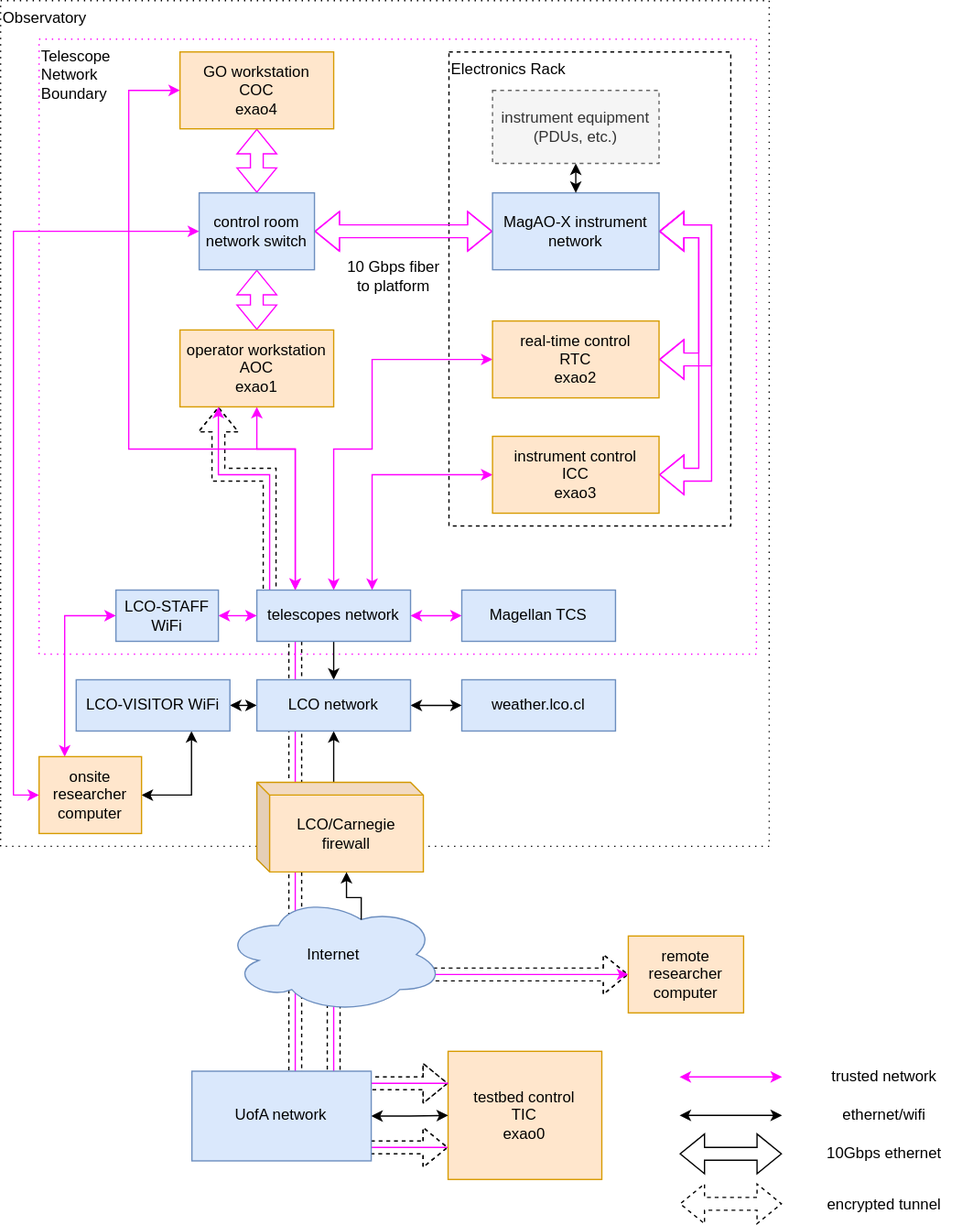
This is compute/lco_network.svg from magao-x/handbook, a draw.io export, as it was before one commit. Source tidied: cells renumbered, new cells last; positions are measured from the earlier drawing's top-left corner, leaving out a move shared by most shapes.
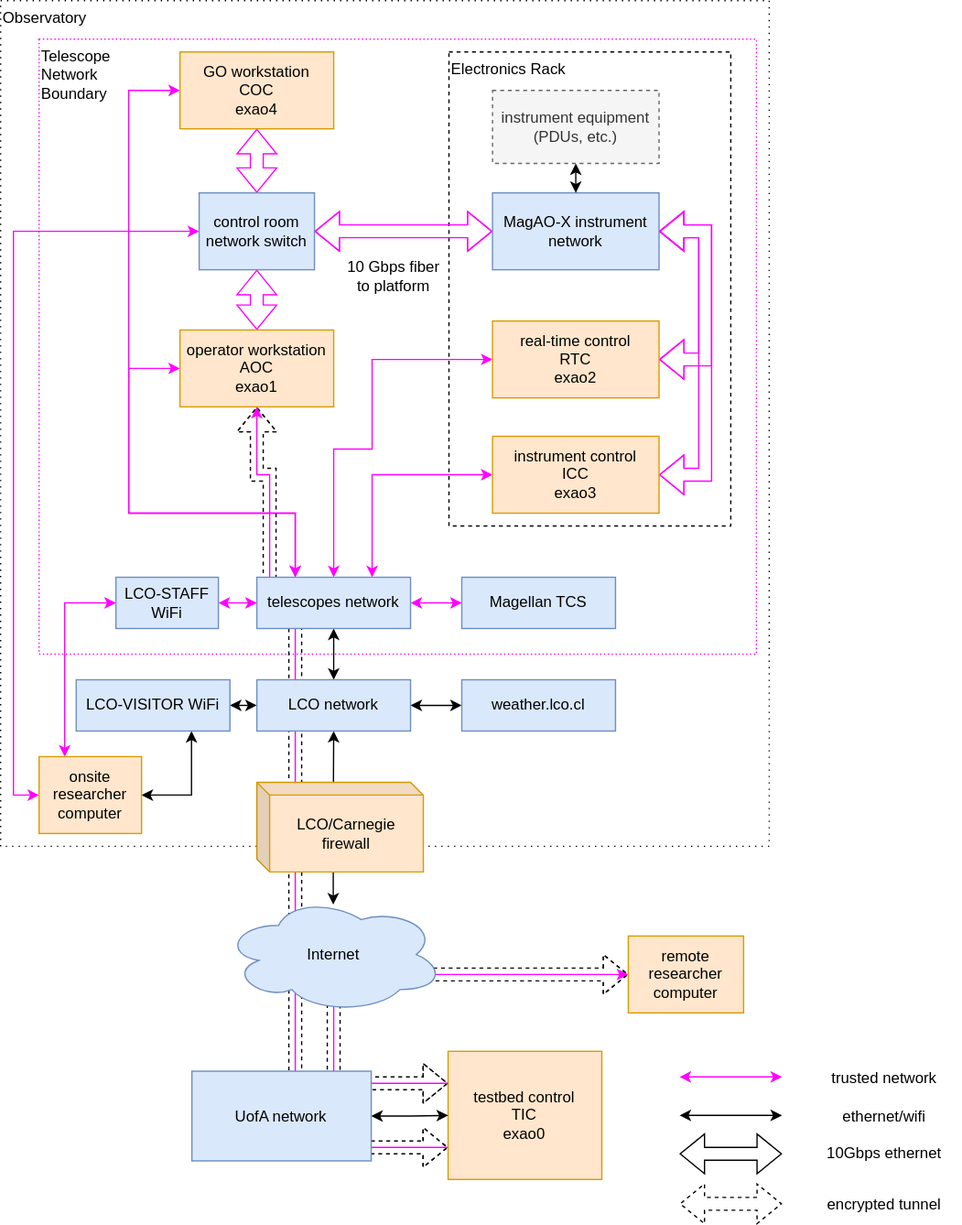
After the commit.

Commit message:
Update lco_network figure

The edit, as a diff of the source:
```diff
@@ -5,7 +5,7 @@
     <mxCell id="2" value="Observatory" style="rounded=0;whiteSpace=wrap;html=1;fillColor=none;align=left;verticalAlign=top;dashed=1;dashPattern=1 4;" parent="1" vertex="1">
       <mxGeometry width="600" height="660" as="geometry" />
     </mxCell>
-    <mxCell id="3" value="Telescope&lt;div&gt;Network&lt;/div&gt;&lt;div&gt;Boundary&lt;/div&gt;" style="rounded=0;whiteSpace=wrap;html=1;fillColor=none;align=left;verticalAlign=top;dashed=1;dashPattern=1 4;strokeColor=#FF00FF;" parent="1" vertex="1">
+    <mxCell id="3" value="Telescope&lt;div&gt;Network&lt;/div&gt;&lt;div&gt;Boundary&lt;/div&gt;" style="rounded=0;whiteSpace=wrap;html=1;fillColor=none;align=left;verticalAlign=top;dashed=1;dashPattern=1 2;strokeColor=#FF00FF;" parent="1" vertex="1">
       <mxGeometry x="30" y="30" width="560" height="480" as="geometry" />
     </mxCell>
     <mxCell id="4" value="Electronics Rack" style="rounded=0;whiteSpace=wrap;html=1;fillColor=none;align=left;verticalAlign=top;dashed=1;" parent="1" vertex="1">
@@ -14,11 +14,12 @@
     <mxCell id="5" style="edgeStyle=orthogonalEdgeStyle;rounded=0;jettySize=auto;html=1;exitX=0.5;exitY=0;exitDx=0;exitDy=0;entryX=0.5;entryY=1;entryDx=0;entryDy=0;strokeColor=#FF00FF;startArrow=classic;startFill=1;shape=flexArrow;" parent="1" edge="1" source="7" target="47">
       <mxGeometry relative="1" as="geometry" />
     </mxCell>
-    <mxCell id="6" style="edgeStyle=orthogonalEdgeStyle;rounded=0;jettySize=auto;html=1;exitX=0.5;exitY=1;exitDx=0;exitDy=0;entryX=0.25;entryY=0;entryDx=0;entryDy=0;strokeColor=#FF00FF;startArrow=classic;startFill=1;" parent="1" edge="1" source="7" target="37">
+    <mxCell id="6" style="edgeStyle=orthogonalEdgeStyle;rounded=0;jettySize=auto;html=1;exitX=0;exitY=0.5;exitDx=0;exitDy=0;entryX=0.25;entryY=0;entryDx=0;entryDy=0;strokeColor=#FF00FF;startArrow=classic;startFill=1;" parent="1" edge="1" source="7" target="37">
       <mxGeometry relative="1" as="geometry">
         <Array as="points">
-          <mxPoint x="200" y="350" />
-          <mxPoint x="230" y="350" />
+          <mxPoint x="100" y="287" />
+          <mxPoint x="100" y="400" />
+          <mxPoint x="230" y="400" />
         </Array>
       </mxGeometry>
     </mxCell>
@@ -109,19 +110,20 @@
     <mxCell id="25" value="10 Gbps fiber to platform" style="text;html=1;align=center;verticalAlign=middle;whiteSpace=wrap;rounded=0;" parent="1" vertex="1">
       <mxGeometry x="265.3" y="200" width="84" height="30" as="geometry" />
     </mxCell>
-    <mxCell id="26" style="edgeStyle=orthogonalEdgeStyle;rounded=0;jettySize=auto;html=1;exitX=0;exitY=0.75;exitDx=0;exitDy=0;entryX=0.25;entryY=1;entryDx=0;entryDy=0;shape=flexArrow;dashed=1;startArrow=block;" parent="1" edge="1" source="28" target="7">
+    <mxCell id="26" style="edgeStyle=orthogonalEdgeStyle;rounded=0;jettySize=auto;html=1;exitX=0;exitY=0.75;exitDx=0;exitDy=0;entryX=0.5;entryY=1;entryDx=0;entryDy=0;shape=flexArrow;dashed=1;startArrow=block;strokeColor=#000000;" parent="1" edge="1" source="28" target="7">
       <mxGeometry relative="1" as="geometry">
         <Array as="points">
           <mxPoint x="230" y="895" />
           <mxPoint x="230" y="470" />
           <mxPoint x="210" y="470" />
           <mxPoint x="210" y="370" />
-          <mxPoint x="170" y="370" />
+          <mxPoint x="200" y="370" />
         </Array>
       </mxGeometry>
     </mxCell>
-    <mxCell id="27" style="edgeStyle=orthogonalEdgeStyle;rounded=0;jettySize=auto;html=1;exitX=0;exitY=0.75;exitDx=0;exitDy=0;entryX=0.25;entryY=1;entryDx=0;entryDy=0;strokeColor=#FF00FF;" parent="1" edge="1" source="28" target="7">
+    <mxCell id="27" style="edgeStyle=orthogonalEdgeStyle;rounded=0;jettySize=auto;html=1;exitX=0;exitY=0.75;exitDx=0;exitDy=0;strokeColor=#FF00FF;" parent="1" edge="1" source="28">
       <mxGeometry relative="1" as="geometry">
+        <mxPoint x="200" y="317" as="targetPoint" />
         <Array as="points">
           <mxPoint x="280" y="895" />
           <mxPoint x="280" y="890" />
@@ -129,7 +131,7 @@
           <mxPoint x="230" y="470" />
           <mxPoint x="210" y="470" />
           <mxPoint x="210" y="370" />
-          <mxPoint x="170" y="370" />
+          <mxPoint x="200" y="370" />
         </Array>
       </mxGeometry>
     </mxCell>
@@ -160,20 +162,20 @@
     <mxCell id="32" value="remote researcher computer" style="rounded=0;whiteSpace=wrap;html=1;fillColor=#ffe6cc;strokeColor=#d79b00;" parent="1" vertex="1">
       <mxGeometry x="490" y="730" width="90" height="60" as="geometry" />
     </mxCell>
-    <mxCell id="33" style="edgeStyle=orthogonalEdgeStyle;rounded=0;jettySize=auto;html=1;exitX=0;exitY=0;exitDx=60;exitDy=0;exitPerimeter=0;entryX=0.5;entryY=1;entryDx=0;entryDy=0;" parent="1" edge="1" source="34" target="51">
+    <mxCell id="33" style="edgeStyle=orthogonalEdgeStyle;rounded=0;jettySize=auto;html=1;exitX=0.498;exitY=0.071;exitDx=0;exitDy=0;exitPerimeter=0;entryX=0.5;entryY=1;entryDx=0;entryDy=0;startArrow=classic;startFill=1;" parent="1" edge="1" source="38" target="51">
       <mxGeometry relative="1" as="geometry" />
     </mxCell>
     <mxCell id="34" value="&lt;div&gt;LCO/Carnegie&lt;br&gt;firewall&lt;/div&gt;" style="shape=cube;whiteSpace=wrap;html=1;boundedLbl=1;backgroundOutline=1;darkOpacity=0.05;darkOpacity2=0.1;size=10;fillColor=#ffe6cc;strokeColor=#d79b00;" parent="1" vertex="1">
       <mxGeometry x="200" y="610" width="130" height="70" as="geometry" />
     </mxCell>
-    <mxCell id="35" style="edgeStyle=orthogonalEdgeStyle;rounded=0;jettySize=auto;html=1;exitX=0.5;exitY=1;exitDx=0;exitDy=0;entryX=0.5;entryY=0;entryDx=0;entryDy=0;" parent="1" edge="1" source="37" target="51">
+    <mxCell id="35" style="edgeStyle=orthogonalEdgeStyle;rounded=0;jettySize=auto;html=1;exitX=0.5;exitY=1;exitDx=0;exitDy=0;entryX=0.5;entryY=0;entryDx=0;entryDy=0;startArrow=classic;startFill=1;" parent="1" edge="1" source="37" target="51">
       <mxGeometry relative="1" as="geometry" />
     </mxCell>
     <mxCell id="36" style="edgeStyle=orthogonalEdgeStyle;rounded=0;jettySize=auto;html=1;exitX=1;exitY=0.5;exitDx=0;exitDy=0;entryX=0;entryY=0.5;entryDx=0;entryDy=0;strokeColor=#FF00FF;startArrow=classic;startFill=1;" parent="1" edge="1" source="37" target="53">
       <mxGeometry relative="1" as="geometry" />
     </mxCell>
     <mxCell id="37" value="&lt;div&gt;telescopes network&lt;/div&gt;" style="rounded=0;whiteSpace=wrap;html=1;fillColor=#dae8fc;strokeColor=#6c8ebf;" parent="1" vertex="1">
-      <mxGeometry x="200" y="460" width="120" height="40" as="geometry" />
+      <mxGeometry x="200" y="450" width="120" height="40" as="geometry" />
     </mxCell>
     <mxCell id="38" value="Internet" style="ellipse;shape=cloud;whiteSpace=wrap;html=1;fillColor=#dae8fc;strokeColor=#6c8ebf;" parent="1" vertex="1">
       <mxGeometry x="174" y="699" width="172" height="91" as="geometry" />
@@ -200,8 +202,8 @@
       <mxGeometry relative="1" as="geometry">
         <Array as="points">
           <mxPoint x="100" y="70" />
-          <mxPoint x="100" y="350" />
-          <mxPoint x="230" y="350" />
+          <mxPoint x="100" y="400" />
+          <mxPoint x="230" y="400" />
         </Array>
       </mxGeometry>
     </mxCell>
@@ -227,16 +229,8 @@
       <mxGeometry x="360" y="530" width="120" height="40" as="geometry" />
     </mxCell>
     <mxCell id="53" value="&lt;div&gt;Magellan TCS&lt;/div&gt;" style="rounded=0;whiteSpace=wrap;html=1;fillColor=#dae8fc;strokeColor=#6c8ebf;" parent="1" vertex="1">
-      <mxGeometry x="360" y="460" width="120" height="40" as="geometry" />
+      <mxGeometry x="360" y="450" width="120" height="40" as="geometry" />
     </mxCell>
-    <mxCell id="54" style="edgeStyle=orthogonalEdgeStyle;rounded=0;jettySize=auto;html=1;exitX=0.625;exitY=0.2;exitDx=0;exitDy=0;exitPerimeter=0;entryX=0;entryY=0;entryDx=70;entryDy=70;entryPerimeter=0;" parent="1" edge="1" source="38" target="34">
-      <mxGeometry relative="1" as="geometry">
-        <Array as="points">
-          <mxPoint x="281" y="700" />
-          <mxPoint x="270" y="700" />
-        </Array>
-      </mxGeometry>
-    </mxCell>
     <mxCell id="55" value="&lt;div&gt;UofA network&lt;/div&gt;" style="rounded=0;whiteSpace=wrap;html=1;fillColor=#dae8fc;strokeColor=#6c8ebf;" parent="1" vertex="1">
       <mxGeometry x="149.3" y="835.5" width="140" height="70" as="geometry" />
     </mxCell>
@@ -247,7 +241,7 @@
       </mxGeometry>
     </mxCell>
     <mxCell id="57" value="LCO-STAFF WiFi" style="rounded=0;whiteSpace=wrap;html=1;fillColor=#dae8fc;strokeColor=#6c8ebf;" parent="1" vertex="1">
-      <mxGeometry x="90" y="460" width="80" height="40" as="geometry" />
+      <mxGeometry x="90" y="450" width="80" height="40" as="geometry" />
     </mxCell>
   </root>
 </mxGraphModel>
```
